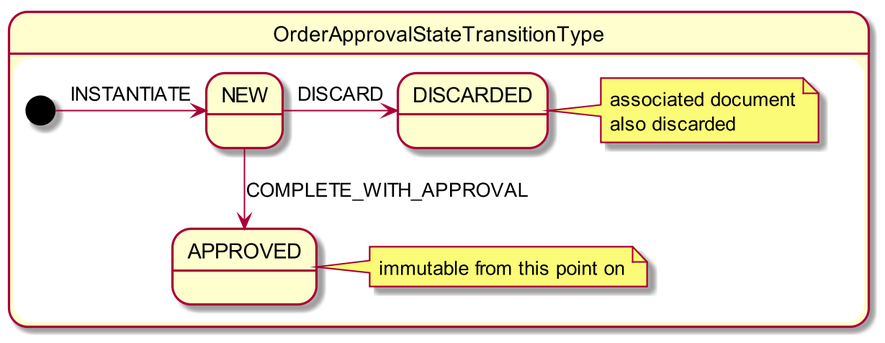
Above: adocs/documentation/src/main/asciidoc/order-approval-state-chart.png in estatio/estatio (PlantUML), before the change.
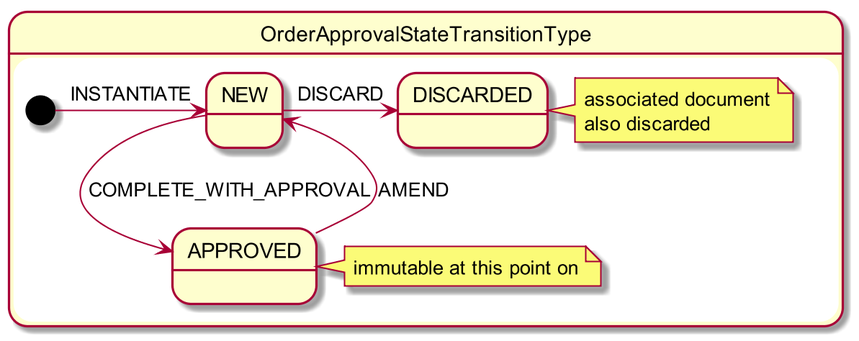
The same diagram one commit later.

What changed in the source:
```diff
@@ -6,7 +6,7 @@
     state "NEW" as oa_new
 
     state "APPROVED" as oa_approved
-    note right of oa_approved: immutable from this point on
+    note right of oa_approved: immutable at this point on
 
     state "DISCARDED" as oa_discarded
     note right of oa_discarded: associated document\nalso discarded
@@ -14,6 +14,7 @@
     [*] -right-> oa_new: INSTANTIATE
 
     oa_new -down-> oa_approved: COMPLETE_WITH_APPROVAL
+    oa_approved -up-> oa_new: AMEND
     oa_new -right-> oa_discarded : DISCARD
 
 }
```
